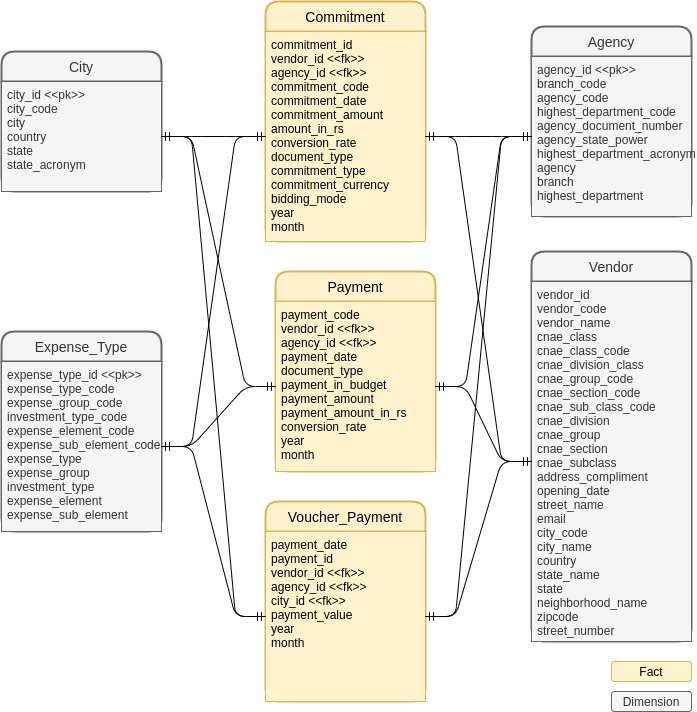
marcel-luchi/brazil-government-expenses keeps this draw.io diagram as diagram.png. Above is the earlier version. Source tidied: cells renumbered, new cells last; positions are measured from the earlier drawing's top-left corner, leaving out a move shared by most shapes. The source it was exported from:
```xml
<mxGraphModel>
  <root>
    <mxCell id="0" />
    <mxCell id="1" parent="0" />
    <mxCell id="2" value="Commitment" style="swimlane;horizontal=1;startSize=30;rounded=1;fontSize=14;fontStyle=0;strokeWidth=2;shadow=0;dashed=0;align=center;fillColor=#fff2cc;strokeColor=#d6b656;" parent="1" vertex="1">
      <mxGeometry x="264" width="160" height="240" as="geometry" />
    </mxCell>
    <mxCell id="3" value="commitment_id&#10;vendor_id &lt;&lt;fk&gt;&gt;&#10;agency_id &lt;&lt;fk&gt;&gt;&#10;commitment_code&#10;commitment_date&#10;commitment_amount&#10;amount_in_rs&#10;conversion_rate&#10;document_type&#10;commitment_type&#10;commitment_currency&#10;bidding_mode&#10;year&#10;month" style="align=left;strokeColor=#d6b656;fillColor=#fff2cc;spacingLeft=4;fontSize=12;verticalAlign=top;" parent="2" vertex="1">
      <mxGeometry y="30" width="160" height="210" as="geometry" />
    </mxCell>
    <mxCell id="4" value="Agency" style="swimlane;horizontal=1;startSize=30;rounded=1;fontSize=14;fontStyle=0;strokeWidth=2;shadow=0;dashed=0;align=center;fillColor=#f5f5f5;strokeColor=#666666;fontColor=#333333;" parent="1" vertex="1">
      <mxGeometry x="530" y="25" width="160" height="190" as="geometry" />
    </mxCell>
    <mxCell id="5" value="agency_id &lt;&lt;pk&gt;&gt;&#10;branch_code&#10;agency_code&#10;highest_department_code&#10;agency_document_number&#10;agency_state_power&#10;highest_department_acronym&#10;agency&#10;branch&#10;highest_department" style="align=left;strokeColor=#666666;fillColor=#f5f5f5;spacingLeft=4;fontSize=12;verticalAlign=top;fontColor=#333333;" parent="4" vertex="1">
      <mxGeometry y="30" width="160" height="160" as="geometry" />
    </mxCell>
    <mxCell id="6" value="Vendor" style="swimlane;horizontal=1;startSize=30;rounded=1;fontSize=14;fontStyle=0;strokeWidth=2;shadow=0;dashed=0;align=center;fillColor=#f5f5f5;strokeColor=#666666;fontColor=#333333;" parent="1" vertex="1">
      <mxGeometry x="530" y="250" width="160" height="390" as="geometry" />
    </mxCell>
    <mxCell id="7" value="vendor_id&#10;vendor_code&#10;vendor_name&#10;cnae_class&#10;cnae_class_code&#10;cnae_division_class&#10;cnae_group_code&#10;cnae_section_code&#10;cnae_sub_class_code&#10;cnae_division&#10;cnae_group&#10;cnae_section&#10;cnae_subclass&#10;address_compliment&#10;opening_date&#10;street_name&#10;email&#10;city_code&#10;city_name&#10;country&#10;state_name&#10;state&#10;neighborhood_name&#10;zipcode&#10;street_number" style="align=left;strokeColor=#666666;fillColor=#f5f5f5;spacingLeft=4;fontSize=12;verticalAlign=top;fontColor=#333333;" parent="6" vertex="1">
      <mxGeometry y="30" width="160" height="360" as="geometry" />
    </mxCell>
    <mxCell id="8" style="edgeStyle=orthogonalEdgeStyle;rounded=0;orthogonalLoop=1;jettySize=auto;html=1;exitX=0.5;exitY=1;exitDx=0;exitDy=0;" parent="6" edge="1" source="7" target="7">
      <mxGeometry relative="1" as="geometry" />
    </mxCell>
    <mxCell id="9" style="edgeStyle=orthogonalEdgeStyle;rounded=0;orthogonalLoop=1;jettySize=auto;html=1;exitX=0.5;exitY=1;exitDx=0;exitDy=0;" parent="6" edge="1" source="7" target="7">
      <mxGeometry relative="1" as="geometry" />
    </mxCell>
    <mxCell id="10" value="Expense_Type" style="swimlane;horizontal=1;startSize=30;rounded=1;fontSize=14;fontStyle=0;strokeWidth=2;shadow=0;dashed=0;align=center;fillColor=#f5f5f5;strokeColor=#666666;fontColor=#333333;" parent="1" vertex="1">
      <mxGeometry y="330" width="160" height="200" as="geometry" />
    </mxCell>
    <mxCell id="11" value="expense_type_id &lt;&lt;pk&gt;&gt;&#10;expense_type_code&#10;expense_group_code&#10;investment_type_code&#10;expense_element_code&#10;expense_sub_element_code&#10;expense_type&#10;expense_group&#10;investment_type&#10;expense_element&#10;expense_sub_element" style="align=left;strokeColor=#666666;fillColor=#f5f5f5;spacingLeft=4;fontSize=12;verticalAlign=top;fontColor=#333333;" parent="10" vertex="1">
      <mxGeometry y="30" width="160" height="170" as="geometry" />
    </mxCell>
    <mxCell id="12" style="edgeStyle=orthogonalEdgeStyle;rounded=0;orthogonalLoop=1;jettySize=auto;html=1;exitX=0.5;exitY=1;exitDx=0;exitDy=0;" parent="10" edge="1" source="11" target="11">
      <mxGeometry relative="1" as="geometry" />
    </mxCell>
    <mxCell id="13" style="edgeStyle=orthogonalEdgeStyle;rounded=0;orthogonalLoop=1;jettySize=auto;html=1;exitX=0.5;exitY=1;exitDx=0;exitDy=0;" parent="10" edge="1" source="11" target="11">
      <mxGeometry relative="1" as="geometry" />
    </mxCell>
    <mxCell id="14" value="City" style="swimlane;horizontal=1;startSize=30;rounded=1;fontSize=14;fontStyle=0;strokeWidth=2;shadow=0;dashed=0;align=center;fillColor=#f5f5f5;strokeColor=#666666;fontColor=#333333;" parent="1" vertex="1">
      <mxGeometry y="50" width="160" height="140" as="geometry" />
    </mxCell>
    <mxCell id="15" value="city_id &lt;&lt;pk&gt;&gt;&#10;city_code&#10;city&#10;country&#10;state&#10;state_acronym" style="align=left;strokeColor=#666666;fillColor=#f5f5f5;spacingLeft=4;fontSize=12;verticalAlign=top;fontColor=#333333;" parent="14" vertex="1">
      <mxGeometry y="30" width="160" height="110" as="geometry" />
    </mxCell>
    <mxCell id="16" value="Voucher_Payment" style="swimlane;horizontal=1;startSize=30;rounded=1;fontSize=14;fontStyle=0;strokeWidth=2;shadow=0;dashed=0;align=center;fillColor=#fff2cc;strokeColor=#d6b656;" parent="1" vertex="1">
      <mxGeometry x="264" y="500" width="160" height="200" as="geometry" />
    </mxCell>
    <mxCell id="17" value="payment_date&#10;payment_id&#10;vendor_id &lt;&lt;fk&gt;&gt;&#10;agency_id &lt;&lt;fk&gt;&gt;&#10;city_id &lt;&lt;fk&gt;&gt;&#10;payment_value&#10;year&#10;month" style="align=left;strokeColor=#d6b656;fillColor=#fff2cc;spacingLeft=4;fontSize=12;verticalAlign=top;" parent="16" vertex="1">
      <mxGeometry y="30" width="160" height="170" as="geometry" />
    </mxCell>
    <mxCell id="18" value="Payment" style="swimlane;horizontal=1;startSize=30;rounded=1;fontSize=14;fontStyle=0;strokeWidth=2;shadow=0;dashed=0;align=center;fillColor=#fff2cc;strokeColor=#d6b656;" parent="1" vertex="1">
      <mxGeometry x="274" y="270" width="160" height="200" as="geometry" />
    </mxCell>
    <mxCell id="19" value="payment_code&#10;vendor_id &lt;&lt;fk&gt;&gt;&#10;agency_id &lt;&lt;fk&gt;&gt;&#10;payment_date&#10;document_type&#10;payment_in_budget&#10;payment_amount&#10;payment_amount_in_rs&#10;conversion_rate&#10;year&#10;month" style="align=left;strokeColor=#d6b656;fillColor=#fff2cc;spacingLeft=4;fontSize=12;verticalAlign=top;" parent="18" vertex="1">
      <mxGeometry y="30" width="160" height="170" as="geometry" />
    </mxCell>
    <mxCell id="20" style="edgeStyle=entityRelationEdgeStyle;fontSize=12;html=1;endArrow=ERmandOne;startArrow=ERmandOne;" parent="1" edge="1" source="15" target="19">
      <mxGeometry relative="1" as="geometry" />
    </mxCell>
    <mxCell id="21" style="edgeStyle=entityRelationEdgeStyle;fontSize=12;html=1;endArrow=ERmandOne;startArrow=ERmandOne;" parent="1" edge="1" source="15" target="17">
      <mxGeometry relative="1" as="geometry" />
    </mxCell>
    <mxCell id="22" style="edgeStyle=entityRelationEdgeStyle;fontSize=12;html=1;endArrow=ERmandOne;startArrow=ERmandOne;" parent="1" edge="1" source="5" target="3">
      <mxGeometry relative="1" as="geometry" />
    </mxCell>
    <mxCell id="23" style="edgeStyle=entityRelationEdgeStyle;fontSize=12;html=1;endArrow=ERmandOne;startArrow=ERmandOne;" parent="1" edge="1" source="5" target="19">
      <mxGeometry relative="1" as="geometry" />
    </mxCell>
    <mxCell id="24" style="edgeStyle=entityRelationEdgeStyle;fontSize=12;html=1;endArrow=ERmandOne;startArrow=ERmandOne;" parent="1" edge="1" source="5" target="17">
      <mxGeometry relative="1" as="geometry" />
    </mxCell>
    <mxCell id="25" style="edgeStyle=entityRelationEdgeStyle;fontSize=12;html=1;endArrow=ERmandOne;startArrow=ERmandOne;exitX=1;exitY=0.5;exitDx=0;exitDy=0;" parent="1" edge="1" source="15" target="3">
      <mxGeometry relative="1" as="geometry" />
    </mxCell>
    <mxCell id="26" style="edgeStyle=entityRelationEdgeStyle;fontSize=12;html=1;endArrow=ERmandOne;startArrow=ERmandOne;" parent="1" edge="1" source="11" target="3">
      <mxGeometry relative="1" as="geometry" />
    </mxCell>
    <mxCell id="27" style="edgeStyle=entityRelationEdgeStyle;fontSize=12;html=1;endArrow=ERmandOne;startArrow=ERmandOne;" parent="1" edge="1" source="11" target="19">
      <mxGeometry relative="1" as="geometry" />
    </mxCell>
    <mxCell id="28" style="edgeStyle=entityRelationEdgeStyle;fontSize=12;html=1;endArrow=ERmandOne;startArrow=ERmandOne;" parent="1" edge="1" source="11" target="17">
      <mxGeometry relative="1" as="geometry" />
    </mxCell>
    <mxCell id="29" style="edgeStyle=entityRelationEdgeStyle;fontSize=12;html=1;endArrow=ERmandOne;startArrow=ERmandOne;" parent="1" edge="1" source="7" target="3">
      <mxGeometry relative="1" as="geometry" />
    </mxCell>
    <mxCell id="30" style="edgeStyle=entityRelationEdgeStyle;fontSize=12;html=1;endArrow=ERmandOne;startArrow=ERmandOne;" parent="1" edge="1" source="19" target="7">
      <mxGeometry relative="1" as="geometry" />
    </mxCell>
    <mxCell id="31" style="edgeStyle=entityRelationEdgeStyle;fontSize=12;html=1;endArrow=ERmandOne;startArrow=ERmandOne;" parent="1" edge="1" source="7" target="17">
      <mxGeometry relative="1" as="geometry" />
    </mxCell>
    <mxCell id="32" value="Fact" style="rounded=1;whiteSpace=wrap;html=1;fillColor=#fff2cc;strokeColor=#d6b656;" parent="1" vertex="1">
      <mxGeometry x="610" y="660" width="80" height="20" as="geometry" />
    </mxCell>
    <mxCell id="33" value="Dimension" style="rounded=1;whiteSpace=wrap;html=1;fillColor=#f5f5f5;strokeColor=#666666;fontColor=#333333;" parent="1" vertex="1">
      <mxGeometry x="610" y="690" width="80" height="20" as="geometry" />
    </mxCell>
  </root>
</mxGraphModel>
```
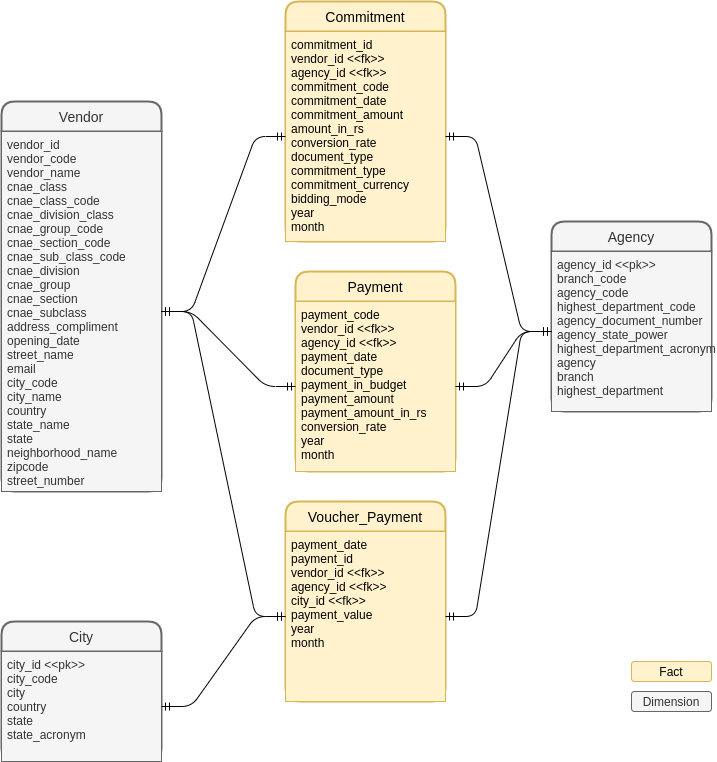
The same diagram one commit later.

The edit, as a diff of the source:
```diff
@@ -9,13 +9,13 @@
       <mxGeometry y="30" width="160" height="210" as="geometry" />
     </mxCell>
     <mxCell id="4" value="Agency" style="swimlane;horizontal=1;startSize=30;rounded=1;fontSize=14;fontStyle=0;strokeWidth=2;shadow=0;dashed=0;align=center;fillColor=#f5f5f5;strokeColor=#666666;fontColor=#333333;" parent="1" vertex="1">
-      <mxGeometry x="530" y="25" width="160" height="190" as="geometry" />
+      <mxGeometry x="530" y="220" width="160" height="190" as="geometry" />
     </mxCell>
     <mxCell id="5" value="agency_id &lt;&lt;pk&gt;&gt;&#10;branch_code&#10;agency_code&#10;highest_department_code&#10;agency_document_number&#10;agency_state_power&#10;highest_department_acronym&#10;agency&#10;branch&#10;highest_department" style="align=left;strokeColor=#666666;fillColor=#f5f5f5;spacingLeft=4;fontSize=12;verticalAlign=top;fontColor=#333333;" parent="4" vertex="1">
       <mxGeometry y="30" width="160" height="160" as="geometry" />
     </mxCell>
     <mxCell id="6" value="Vendor" style="swimlane;horizontal=1;startSize=30;rounded=1;fontSize=14;fontStyle=0;strokeWidth=2;shadow=0;dashed=0;align=center;fillColor=#f5f5f5;strokeColor=#666666;fontColor=#333333;" parent="1" vertex="1">
-      <mxGeometry x="530" y="250" width="160" height="390" as="geometry" />
+      <mxGeometry x="-20" y="100" width="160" height="390" as="geometry" />
     </mxCell>
     <mxCell id="7" value="vendor_id&#10;vendor_code&#10;vendor_name&#10;cnae_class&#10;cnae_class_code&#10;cnae_division_class&#10;cnae_group_code&#10;cnae_section_code&#10;cnae_sub_class_code&#10;cnae_division&#10;cnae_group&#10;cnae_section&#10;cnae_subclass&#10;address_compliment&#10;opening_date&#10;street_name&#10;email&#10;city_code&#10;city_name&#10;country&#10;state_name&#10;state&#10;neighborhood_name&#10;zipcode&#10;street_number" style="align=left;strokeColor=#666666;fillColor=#f5f5f5;spacingLeft=4;fontSize=12;verticalAlign=top;fontColor=#333333;" parent="6" vertex="1">
       <mxGeometry y="30" width="160" height="360" as="geometry" />
@@ -26,20 +26,8 @@
     <mxCell id="9" style="edgeStyle=orthogonalEdgeStyle;rounded=0;orthogonalLoop=1;jettySize=auto;html=1;exitX=0.5;exitY=1;exitDx=0;exitDy=0;" parent="6" edge="1" source="7" target="7">
       <mxGeometry relative="1" as="geometry" />
     </mxCell>
-    <mxCell id="10" value="Expense_Type" style="swimlane;horizontal=1;startSize=30;rounded=1;fontSize=14;fontStyle=0;strokeWidth=2;shadow=0;dashed=0;align=center;fillColor=#f5f5f5;strokeColor=#666666;fontColor=#333333;" parent="1" vertex="1">
-      <mxGeometry y="330" width="160" height="200" as="geometry" />
-    </mxCell>
-    <mxCell id="11" value="expense_type_id &lt;&lt;pk&gt;&gt;&#10;expense_type_code&#10;expense_group_code&#10;investment_type_code&#10;expense_element_code&#10;expense_sub_element_code&#10;expense_type&#10;expense_group&#10;investment_type&#10;expense_element&#10;expense_sub_element" style="align=left;strokeColor=#666666;fillColor=#f5f5f5;spacingLeft=4;fontSize=12;verticalAlign=top;fontColor=#333333;" parent="10" vertex="1">
-      <mxGeometry y="30" width="160" height="170" as="geometry" />
-    </mxCell>
-    <mxCell id="12" style="edgeStyle=orthogonalEdgeStyle;rounded=0;orthogonalLoop=1;jettySize=auto;html=1;exitX=0.5;exitY=1;exitDx=0;exitDy=0;" parent="10" edge="1" source="11" target="11">
-      <mxGeometry relative="1" as="geometry" />
-    </mxCell>
-    <mxCell id="13" style="edgeStyle=orthogonalEdgeStyle;rounded=0;orthogonalLoop=1;jettySize=auto;html=1;exitX=0.5;exitY=1;exitDx=0;exitDy=0;" parent="10" edge="1" source="11" target="11">
-      <mxGeometry relative="1" as="geometry" />
-    </mxCell>
     <mxCell id="14" value="City" style="swimlane;horizontal=1;startSize=30;rounded=1;fontSize=14;fontStyle=0;strokeWidth=2;shadow=0;dashed=0;align=center;fillColor=#f5f5f5;strokeColor=#666666;fontColor=#333333;" parent="1" vertex="1">
-      <mxGeometry y="50" width="160" height="140" as="geometry" />
+      <mxGeometry x="-20" y="620" width="160" height="140" as="geometry" />
     </mxCell>
     <mxCell id="15" value="city_id &lt;&lt;pk&gt;&gt;&#10;city_code&#10;city&#10;country&#10;state&#10;state_acronym" style="align=left;strokeColor=#666666;fillColor=#f5f5f5;spacingLeft=4;fontSize=12;verticalAlign=top;fontColor=#333333;" parent="14" vertex="1">
       <mxGeometry y="30" width="160" height="110" as="geometry" />
@@ -56,9 +44,6 @@
     <mxCell id="19" value="payment_code&#10;vendor_id &lt;&lt;fk&gt;&gt;&#10;agency_id &lt;&lt;fk&gt;&gt;&#10;payment_date&#10;document_type&#10;payment_in_budget&#10;payment_amount&#10;payment_amount_in_rs&#10;conversion_rate&#10;year&#10;month" style="align=left;strokeColor=#d6b656;fillColor=#fff2cc;spacingLeft=4;fontSize=12;verticalAlign=top;" parent="18" vertex="1">
       <mxGeometry y="30" width="160" height="170" as="geometry" />
     </mxCell>
-    <mxCell id="20" style="edgeStyle=entityRelationEdgeStyle;fontSize=12;html=1;endArrow=ERmandOne;startArrow=ERmandOne;" parent="1" edge="1" source="15" target="19">
-      <mxGeometry relative="1" as="geometry" />
-    </mxCell>
     <mxCell id="21" style="edgeStyle=entityRelationEdgeStyle;fontSize=12;html=1;endArrow=ERmandOne;startArrow=ERmandOne;" parent="1" edge="1" source="15" target="17">
       <mxGeometry relative="1" as="geometry" />
     </mxCell>
@@ -71,18 +56,6 @@
     <mxCell id="24" style="edgeStyle=entityRelationEdgeStyle;fontSize=12;html=1;endArrow=ERmandOne;startArrow=ERmandOne;" parent="1" edge="1" source="5" target="17">
       <mxGeometry relative="1" as="geometry" />
     </mxCell>
-    <mxCell id="25" style="edgeStyle=entityRelationEdgeStyle;fontSize=12;html=1;endArrow=ERmandOne;startArrow=ERmandOne;exitX=1;exitY=0.5;exitDx=0;exitDy=0;" parent="1" edge="1" source="15" target="3">
-      <mxGeometry relative="1" as="geometry" />
-    </mxCell>
-    <mxCell id="26" style="edgeStyle=entityRelationEdgeStyle;fontSize=12;html=1;endArrow=ERmandOne;startArrow=ERmandOne;" parent="1" edge="1" source="11" target="3">
-      <mxGeometry relative="1" as="geometry" />
-    </mxCell>
-    <mxCell id="27" style="edgeStyle=entityRelationEdgeStyle;fontSize=12;html=1;endArrow=ERmandOne;startArrow=ERmandOne;" parent="1" edge="1" source="11" target="19">
-      <mxGeometry relative="1" as="geometry" />
-    </mxCell>
-    <mxCell id="28" style="edgeStyle=entityRelationEdgeStyle;fontSize=12;html=1;endArrow=ERmandOne;startArrow=ERmandOne;" parent="1" edge="1" source="11" target="17">
-      <mxGeometry relative="1" as="geometry" />
-    </mxCell>
     <mxCell id="29" style="edgeStyle=entityRelationEdgeStyle;fontSize=12;html=1;endArrow=ERmandOne;startArrow=ERmandOne;" parent="1" edge="1" source="7" target="3">
       <mxGeometry relative="1" as="geometry" />
     </mxCell>
```
